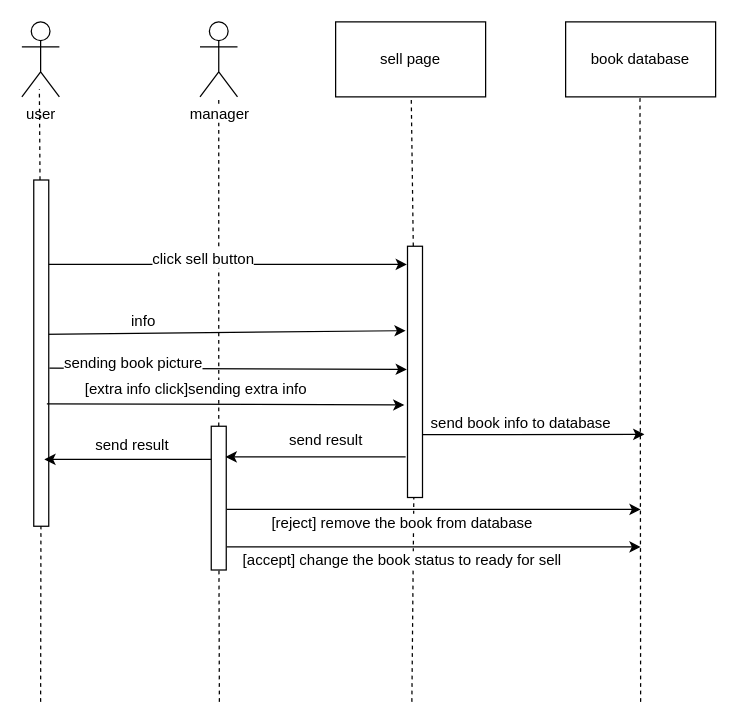
The draw.io diagram Sequence Diagram/sequence-diagram-book-selling.drawio in m-bassiri/HamyarApp, before the edit. Source tidied: cells renumbered, new cells numbered last; positions are measured from the earlier drawing's top-left corner, leaving out a move shared by most shapes. Both pictures are drawn from the tidied source at 125%, with x=0, y=0 at pixel (-132, 21).
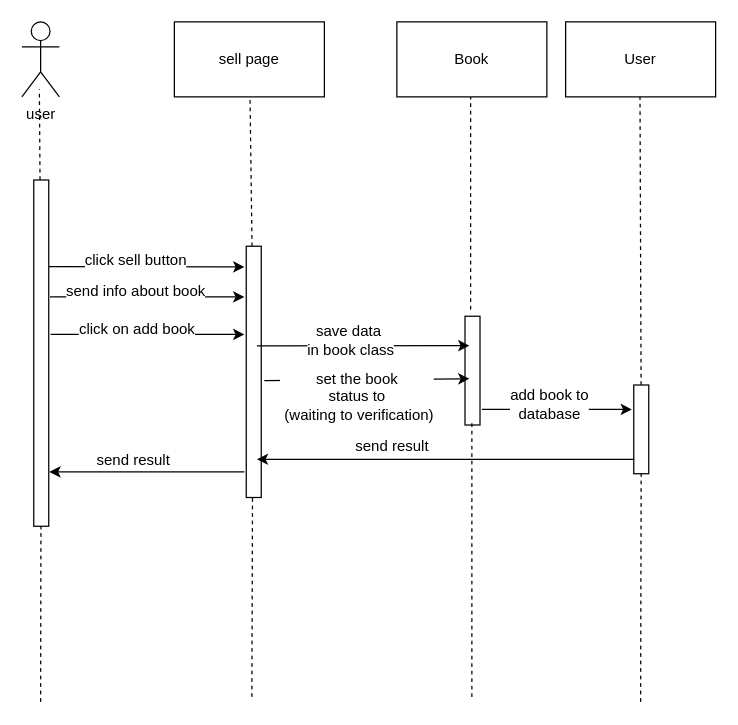
The same diagram, later.

The change refers to these unchanged cells:
```xml
<mxCell id="14" style="rounded=0;whiteSpace=wrap;html=1;rotation=-90;" parent="1" vertex="1">
  <mxGeometry y="259" width="277" height="12" as="geometry" />
</mxCell>
```

Diff of the diagram source:
```diff
@@
-    <mxCell id="4" style="endArrow=none;dashed=1;html=1;" parent="1" edge="1" source="20">
-      <mxGeometry relative="1" as="geometry">
-        <mxPoint x="280.5" y="60" as="targetPoint" />
-      </mxGeometry>
-    </mxCell>
-    <mxCell id="5" value="book database" style="rounded=0;whiteSpace=wrap;html=1;" parent="1" vertex="1">
+    <mxCell id="5" value="User" style="rounded=0;whiteSpace=wrap;html=1;" parent="1" vertex="1">
       <mxGeometry x="558" width="120" height="60" as="geometry" />
     </mxCell>
-    <mxCell id="6" style="endArrow=none;dashed=1;html=1;" parent="1" edge="1">
+    <mxCell id="6" style="endArrow=none;dashed=1;html=1;" parent="1" edge="1" source="47">
       <mxGeometry relative="1" as="geometry">
-        <mxPoint x="618" y="544" as="sourcePoint" />
         <mxPoint x="617.5" y="60" as="targetPoint" />
       </mxGeometry>
     </mxCell>
     <mxCell id="7" style="endArrow=none;dashed=1;html=1;" parent="1" edge="1" source="18">
       <mxGeometry relative="1" as="geometry">
-        <mxPoint x="434.5" y="60" as="targetPoint" />
+        <mxPoint x="305.5" y="60" as="targetPoint" />
       </mxGeometry>
     </mxCell>
-    <mxCell id="8" style="endArrow=classic;html=1;" parent="1" edge="1">
+    <mxCell id="8" style="endArrow=classic;html=1;exitX=0.75;exitY=1;exitDx=0;exitDy=0;" parent="1" edge="1" source="14">
       <mxGeometry relative="1" as="geometry">
-        <mxPoint x="138" y="194" as="sourcePoint" />
-        <mxPoint x="431" y="194" as="targetPoint" />
+        <mxPoint x="301" y="196" as="targetPoint" />
       </mxGeometry>
     </mxCell>
@@
-    <mxCell id="10" style="endArrow=classic;html=1;entryX=0.664;entryY=-0.125;entryDx=0;entryDy=0;entryPerimeter=0;" parent="1" edge="1" target="18">
-      <mxGeometry relative="1" as="geometry">
-        <mxPoint x="138" y="250" as="sourcePoint" />
-      </mxGeometry>
-    </mxCell>
-    <mxCell id="11" value="info" style="text;html=1;align=center;verticalAlign=middle;labelBackgroundColor=#ffffff;" parent="10" vertex="1">
-      <mxGeometry x="-0.12" y="5" relative="1" as="geometry">
-        <mxPoint x="-46" y="-4.5" as="offset" />
-      </mxGeometry>
-    </mxCell>
-    <mxCell id="12" style="endArrow=classic;html=1;exitX=0.457;exitY=1.042;exitDx=0;exitDy=0;exitPerimeter=0;" parent="1" edge="1" source="14">
-      <mxGeometry relative="1" as="geometry">
-        <mxPoint x="431" y="278" as="targetPoint" />
-      </mxGeometry>
-    </mxCell>
-    <mxCell id="13" value="sending book picture" style="text;html=1;align=center;verticalAlign=middle;labelBackgroundColor=#ffffff;" parent="12" vertex="1">
-      <mxGeometry x="-0.12" y="5" relative="1" as="geometry">
-        <mxPoint x="-60" y="0.5" as="offset" />
-      </mxGeometry>
-    </mxCell>
@@
-    <mxCell id="16" style="endArrow=classic;html=1;" parent="1" edge="1">
-      <mxGeometry relative="1" as="geometry">
-        <mxPoint x="281" y="350" as="sourcePoint" />
-        <mxPoint x="141" y="350" as="targetPoint" />
-      </mxGeometry>
-    </mxCell>
-    <mxCell id="17" value="send result" style="text;html=1;align=center;verticalAlign=middle;labelBackgroundColor=#ffffff;" parent="16" vertex="1">
-      <mxGeometry x="-0.12" y="5" relative="1" as="geometry">
-        <mxPoint x="-9" y="-17" as="offset" />
-      </mxGeometry>
-    </mxCell>
     <mxCell id="18" style="rounded=0;whiteSpace=wrap;html=1;rotation=-90;" parent="1" vertex="1">
-      <mxGeometry x="337" y="274" width="201" height="12" as="geometry" />
+      <mxGeometry x="208" y="274" width="201" height="12" as="geometry" />
     </mxCell>
-    <mxCell id="19" style="endArrow=none;dashed=1;html=1;" parent="1" edge="1" target="18">
-      <mxGeometry relative="1" as="geometry">
-        <mxPoint x="435" y="544" as="sourcePoint" />
-      </mxGeometry>
-    </mxCell>
-    <mxCell id="20" style="rounded=0;whiteSpace=wrap;html=1;rotation=-90;" parent="1" vertex="1">
-      <mxGeometry x="223" y="375" width="115" height="12" as="geometry" />
-    </mxCell>
-    <mxCell id="21" style="endArrow=none;dashed=1;html=1;" parent="1" edge="1" target="20">
-      <mxGeometry relative="1" as="geometry">
-        <mxPoint x="281" y="544" as="sourcePoint" />
-      </mxGeometry>
-    </mxCell>
-    <mxCell id="22" style="endArrow=classic;html=1;" parent="1" edge="1">
-      <mxGeometry relative="1" as="geometry">
-        <mxPoint x="430" y="348" as="sourcePoint" />
-        <mxPoint x="286" y="348" as="targetPoint" />
-      </mxGeometry>
-    </mxCell>
-    <mxCell id="23" value="send result" style="text;html=1;align=center;verticalAlign=middle;labelBackgroundColor=#ffffff;" parent="22" vertex="1">
-      <mxGeometry x="-0.12" y="5" relative="1" as="geometry">
-        <mxPoint x="-2" y="-19" as="offset" />
-      </mxGeometry>
-    </mxCell>
     <mxCell id="24" value="sell page" style="rounded=0;whiteSpace=wrap;html=1;" parent="1" vertex="1">
-      <mxGeometry x="374" width="120" height="60" as="geometry" />
+      <mxGeometry x="245" width="120" height="60" as="geometry" />
     </mxCell>
-    <mxCell id="25" style="endArrow=classic;html=1;exitX=0.457;exitY=1.042;exitDx=0;exitDy=0;exitPerimeter=0;" parent="1" edge="1">
-      <mxGeometry relative="1" as="geometry">
-        <mxPoint x="143" y="305.5" as="sourcePoint" />
-        <mxPoint x="429" y="306.5" as="targetPoint" />
-      </mxGeometry>
-    </mxCell>
-    <mxCell id="26" value="[extra info click]sending extra info" style="text;html=1;align=center;verticalAlign=middle;labelBackgroundColor=#ffffff;" parent="25" vertex="1">
-      <mxGeometry x="-0.12" y="5" relative="1" as="geometry">
-        <mxPoint x="-8" y="-7" as="offset" />
-      </mxGeometry>
-    </mxCell>
-    <mxCell id="27" style="endArrow=classic;html=1;exitX=0.25;exitY=1;exitDx=0;exitDy=0;" parent="1" edge="1" source="18">
-      <mxGeometry relative="1" as="geometry">
-        <mxPoint x="621" y="330" as="targetPoint" />
-      </mxGeometry>
-    </mxCell>
-    <mxCell id="28" value="send book info to database" style="text;html=1;align=center;verticalAlign=middle;labelBackgroundColor=#ffffff;" parent="27" vertex="1">
-      <mxGeometry x="-0.31" y="-1" relative="1" as="geometry">
-        <mxPoint x="17" y="-11" as="offset" />
-      </mxGeometry>
-    </mxCell>
-    <mxCell id="29" style="endArrow=classic;html=1;" parent="1" edge="1">
-      <mxGeometry relative="1" as="geometry">
-        <mxPoint x="287" y="390" as="sourcePoint" />
-        <mxPoint x="618" y="390" as="targetPoint" />
-      </mxGeometry>
-    </mxCell>
-    <mxCell id="30" value="[reject] remove the book from database" style="text;html=1;align=center;verticalAlign=middle;labelBackgroundColor=#ffffff;" parent="29" vertex="1">
-      <mxGeometry x="-0.75" y="-3" relative="1" as="geometry">
-        <mxPoint x="98.5" y="7" as="offset" />
-      </mxGeometry>
-    </mxCell>
-    <mxCell id="31" style="endArrow=classic;html=1;" parent="1" edge="1">
-      <mxGeometry relative="1" as="geometry">
-        <mxPoint x="287" y="420" as="sourcePoint" />
-        <mxPoint x="618" y="420" as="targetPoint" />
-      </mxGeometry>
-    </mxCell>
-    <mxCell id="32" value="[accept] change the book status to ready for sell" style="text;html=1;align=center;verticalAlign=middle;labelBackgroundColor=#ffffff;" parent="31" vertex="1">
-      <mxGeometry x="-0.75" y="-3" relative="1" as="geometry">
-        <mxPoint x="98.5" y="7" as="offset" />
-      </mxGeometry>
-    </mxCell>
-    <mxCell id="33" value="manager" style="shape=umlActor;verticalLabelPosition=bottom;labelBackgroundColor=#ffffff;verticalAlign=top;html=1;" parent="1" vertex="1">
-      <mxGeometry x="265.5" width="30" height="60" as="geometry" />
-    </mxCell>
+    <mxCell id="34" style="endArrow=classic;html=1;exitX=0.75;exitY=1;exitDx=0;exitDy=0;" parent="1" edge="1">
+      <mxGeometry relative="1" as="geometry">
+        <mxPoint x="145.5" y="220" as="sourcePoint" />
+        <mxPoint x="301" y="220" as="targetPoint" />
+      </mxGeometry>
+    </mxCell>
+    <mxCell id="35" value="send info about book&lt;br&gt;" style="text;html=1;align=center;verticalAlign=middle;labelBackgroundColor=#ffffff;" parent="34" vertex="1">
+      <mxGeometry x="-0.12" y="5" relative="1" as="geometry" />
+    </mxCell>
+    <mxCell id="36" value="Book" style="rounded=0;whiteSpace=wrap;html=1;" parent="1" vertex="1">
+      <mxGeometry x="423" width="120" height="60" as="geometry" />
+    </mxCell>
+    <mxCell id="37" style="endArrow=none;dashed=1;html=1;" parent="1" edge="1">
+      <mxGeometry relative="1" as="geometry">
+        <mxPoint x="482" y="230" as="sourcePoint" />
+        <mxPoint x="482" y="60" as="targetPoint" />
+      </mxGeometry>
+    </mxCell>
+    <mxCell id="38" style="rounded=0;whiteSpace=wrap;html=1;rotation=-90;" parent="1" vertex="1">
+      <mxGeometry x="440" y="273" width="87" height="12" as="geometry" />
+    </mxCell>
+    <mxCell id="39" style="endArrow=classic;html=1;exitX=0.75;exitY=1;exitDx=0;exitDy=0;" parent="1" edge="1">
+      <mxGeometry relative="1" as="geometry">
+        <mxPoint x="146" y="250" as="sourcePoint" />
+        <mxPoint x="301" y="250" as="targetPoint" />
+      </mxGeometry>
+    </mxCell>
+    <mxCell id="40" value="click on add book" style="text;html=1;align=center;verticalAlign=middle;labelBackgroundColor=#ffffff;" parent="39" vertex="1">
+      <mxGeometry x="-0.12" y="5" relative="1" as="geometry" />
+    </mxCell>
+    <mxCell id="41" style="endArrow=classic;html=1;exitX=0.604;exitY=0.708;exitDx=0;exitDy=0;exitPerimeter=0;" parent="1" edge="1" source="18">
+      <mxGeometry relative="1" as="geometry">
+        <mxPoint x="481" y="259" as="targetPoint" />
+      </mxGeometry>
+    </mxCell>
+    <mxCell id="42" value="save data&amp;nbsp;&lt;br&gt;in book class&lt;br&gt;" style="text;html=1;align=center;verticalAlign=middle;labelBackgroundColor=#ffffff;" parent="41" vertex="1">
+      <mxGeometry x="-0.12" y="5" relative="1" as="geometry" />
+    </mxCell>
+    <mxCell id="43" style="endArrow=classic;html=1;exitX=0.465;exitY=1.208;exitDx=0;exitDy=0;exitPerimeter=0;" parent="1" edge="1" source="18">
+      <mxGeometry relative="1" as="geometry">
+        <mxPoint x="481" y="285.5" as="targetPoint" />
+      </mxGeometry>
+    </mxCell>
+    <mxCell id="44" value="set the book&lt;br&gt;status to&lt;br&gt;&amp;nbsp;(waiting to verification)&lt;br&gt;" style="text;html=1;align=center;verticalAlign=middle;labelBackgroundColor=#ffffff;" parent="43" vertex="1">
+      <mxGeometry x="-0.12" y="5" relative="1" as="geometry">
+        <mxPoint x="2" y="18.5" as="offset" />
+      </mxGeometry>
+    </mxCell>
+    <mxCell id="45" style="endArrow=classic;html=1;exitX=0.75;exitY=1;exitDx=0;exitDy=0;" parent="1" edge="1">
+      <mxGeometry relative="1" as="geometry">
+        <mxPoint x="491" y="310" as="sourcePoint" />
+        <mxPoint x="611" y="310" as="targetPoint" />
+      </mxGeometry>
+    </mxCell>
+    <mxCell id="46" value="add book to&lt;br&gt;database&lt;br&gt;" style="text;html=1;align=center;verticalAlign=middle;labelBackgroundColor=#ffffff;" parent="45" vertex="1">
+      <mxGeometry x="-0.12" y="5" relative="1" as="geometry" />
+    </mxCell>
+    <mxCell id="47" style="rounded=0;whiteSpace=wrap;html=1;rotation=-90;" parent="1" vertex="1">
+      <mxGeometry x="583" y="320" width="71" height="12" as="geometry" />
+    </mxCell>
+    <mxCell id="48" style="endArrow=none;dashed=1;html=1;" parent="1" edge="1" target="47">
+      <mxGeometry relative="1" as="geometry">
+        <mxPoint x="618" y="544" as="sourcePoint" />
+      </mxGeometry>
+    </mxCell>
+    <mxCell id="49" style="endArrow=classic;html=1;entryX=0.152;entryY=0.708;entryDx=0;entryDy=0;entryPerimeter=0;" parent="1" edge="1" target="18">
+      <mxGeometry relative="1" as="geometry">
+        <mxPoint x="613" y="350" as="sourcePoint" />
+      </mxGeometry>
+    </mxCell>
+    <mxCell id="50" value="send result" style="text;html=1;align=center;verticalAlign=middle;labelBackgroundColor=#ffffff;" parent="49" vertex="1">
+      <mxGeometry x="-0.12" y="5" relative="1" as="geometry">
+        <mxPoint x="-61" y="-15" as="offset" />
+      </mxGeometry>
+    </mxCell>
+    <mxCell id="51" style="endArrow=classic;html=1;" parent="1" edge="1">
+      <mxGeometry relative="1" as="geometry">
+        <mxPoint x="301" y="360" as="sourcePoint" />
+        <mxPoint x="145" y="360" as="targetPoint" />
+      </mxGeometry>
+    </mxCell>
+    <mxCell id="52" value="send result" style="text;html=1;align=center;verticalAlign=middle;labelBackgroundColor=#ffffff;" parent="51" vertex="1">
+      <mxGeometry x="-0.12" y="5" relative="1" as="geometry">
+        <mxPoint x="-21" y="-15" as="offset" />
+      </mxGeometry>
+    </mxCell>
+    <mxCell id="53" style="endArrow=none;dashed=1;html=1;" parent="1" edge="1">
+      <mxGeometry relative="1" as="geometry">
+        <mxPoint x="483" y="540" as="sourcePoint" />
+        <mxPoint x="483" y="320" as="targetPoint" />
+      </mxGeometry>
+    </mxCell>
+    <mxCell id="54" style="endArrow=none;dashed=1;html=1;" parent="1" edge="1">
+      <mxGeometry relative="1" as="geometry">
+        <mxPoint x="307" y="540" as="sourcePoint" />
+        <mxPoint x="307.5" y="380" as="targetPoint" />
+      </mxGeometry>
+    </mxCell>
```
